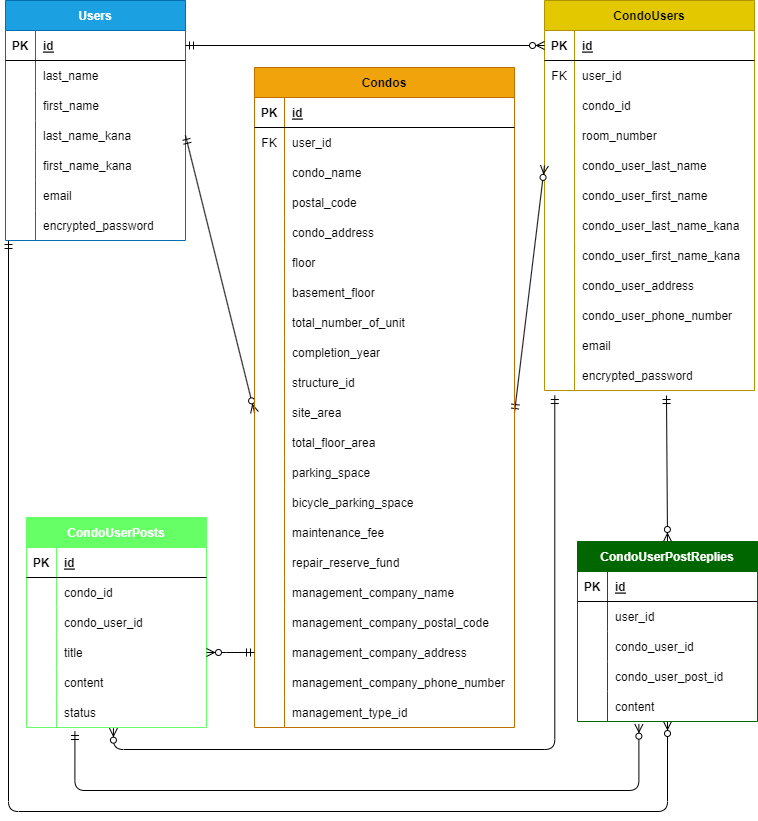
The draw.io diagram ER.drawio.png in sumachanabc/Rem, before a commit. Source tidied: cells renumbered, new cells last; positions are measured from the earlier drawing's top-left corner, leaving out a move shared by most shapes.
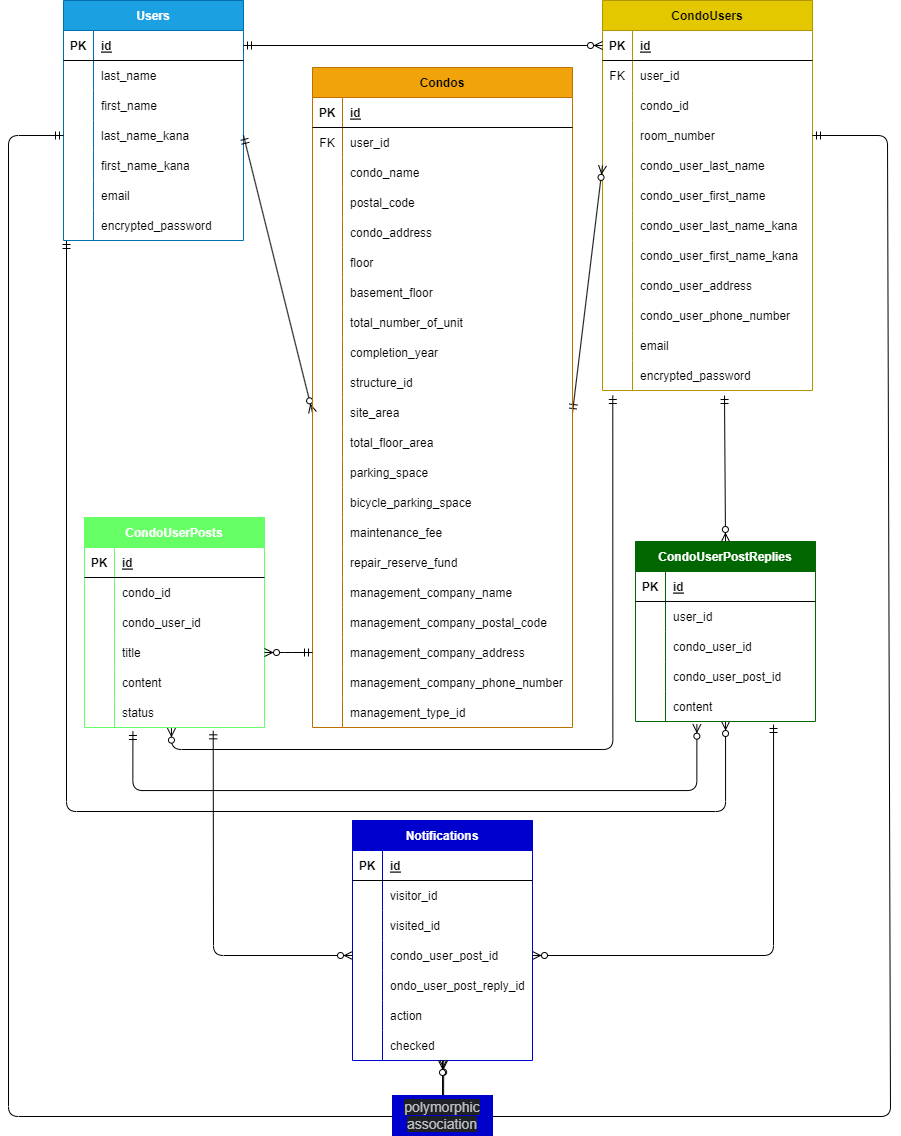
Above is the later version.

Change to the diagram source:
```diff
@@ -514,5 +514,106 @@
         </Array>
       </mxGeometry>
     </mxCell>
+    <mxCell id="168" value="Notifications" style="shape=table;startSize=30;rowLines=0;fontStyle=1;align=center;fillColor=#0000CC;fontColor=#ffffff;strokeColor=#0000CC;" parent="1" vertex="1">
+      <mxGeometry x="289" y="820" width="180" height="240" as="geometry" />
+    </mxCell>
+    <mxCell id="169" style="shape=tableRow;horizontal=0;startSize=0;swimlaneHead=0;swimlaneBody=0;fillColor=none;top=0;left=0;right=0;bottom=1;" parent="168" vertex="1">
+      <mxGeometry y="30" width="180" height="30" as="geometry" />
+    </mxCell>
+    <mxCell id="170" value="PK" style="shape=partialRectangle;fillColor=none;top=0;left=0;bottom=0;right=0;fontStyle=1;overflow=hidden;" parent="169" vertex="1">
+      <mxGeometry width="30" height="30" as="geometry" />
+    </mxCell>
+    <mxCell id="171" value="id" style="shape=partialRectangle;fillColor=none;top=0;left=0;bottom=0;right=0;align=left;spacingLeft=6;fontStyle=5;overflow=hidden;" parent="169" vertex="1">
+      <mxGeometry x="30" width="150" height="30" as="geometry" />
+    </mxCell>
+    <mxCell id="172" style="shape=tableRow;horizontal=0;startSize=0;swimlaneHead=0;swimlaneBody=0;fillColor=none;top=0;left=0;right=0;bottom=0;" parent="168" vertex="1">
+      <mxGeometry y="60" width="180" height="30" as="geometry" />
+    </mxCell>
+    <mxCell id="173" style="shape=partialRectangle;fillColor=none;top=0;left=0;bottom=0;right=0;overflow=hidden;" parent="172" vertex="1">
+      <mxGeometry width="30" height="30" as="geometry" />
+    </mxCell>
+    <mxCell id="174" value="visitor_id" style="shape=partialRectangle;fillColor=none;top=0;left=0;bottom=0;right=0;align=left;spacingLeft=6;overflow=hidden;" parent="172" vertex="1">
+      <mxGeometry x="30" width="150" height="30" as="geometry" />
+    </mxCell>
+    <mxCell id="175" style="shape=tableRow;horizontal=0;startSize=0;swimlaneHead=0;swimlaneBody=0;fillColor=none;top=0;left=0;right=0;bottom=0;" parent="168" vertex="1">
+      <mxGeometry y="90" width="180" height="30" as="geometry" />
+    </mxCell>
+    <mxCell id="176" style="shape=partialRectangle;fillColor=none;top=0;left=0;bottom=0;right=0;overflow=hidden;" parent="175" vertex="1">
+      <mxGeometry width="30" height="30" as="geometry" />
+    </mxCell>
+    <mxCell id="177" value="visited_id" style="shape=partialRectangle;fillColor=none;top=0;left=0;bottom=0;right=0;align=left;spacingLeft=6;overflow=hidden;" parent="175" vertex="1">
+      <mxGeometry x="30" width="150" height="30" as="geometry" />
+    </mxCell>
+    <mxCell id="178" style="shape=tableRow;horizontal=0;startSize=0;swimlaneHead=0;swimlaneBody=0;fillColor=none;points=[[0,0.5],[1,0.5]];portConstraint=eastwest;top=0;left=0;right=0;bottom=0;" parent="168" vertex="1">
+      <mxGeometry y="120" width="180" height="30" as="geometry" />
+    </mxCell>
+    <mxCell id="179" style="shape=partialRectangle;fillColor=none;top=0;left=0;bottom=0;right=0;overflow=hidden;" parent="178" vertex="1">
+      <mxGeometry width="30" height="30" as="geometry" />
+    </mxCell>
+    <mxCell id="180" value="condo_user_post_id" style="shape=partialRectangle;fillColor=none;top=0;left=0;bottom=0;right=0;align=left;spacingLeft=6;overflow=hidden;" parent="178" vertex="1">
+      <mxGeometry x="30" width="150" height="30" as="geometry" />
+    </mxCell>
+    <mxCell id="181" style="shape=tableRow;horizontal=0;startSize=0;swimlaneHead=0;swimlaneBody=0;fillColor=none;top=0;left=0;right=0;bottom=0;" parent="168" vertex="1">
+      <mxGeometry y="150" width="180" height="30" as="geometry" />
+    </mxCell>
+    <mxCell id="182" style="shape=partialRectangle;fillColor=none;top=0;left=0;bottom=0;right=0;overflow=hidden;" parent="181" vertex="1">
+      <mxGeometry width="30" height="30" as="geometry" />
+    </mxCell>
+    <mxCell id="183" value="ondo_user_post_reply_id" style="shape=partialRectangle;fillColor=none;top=0;left=0;bottom=0;right=0;align=left;spacingLeft=6;overflow=hidden;" parent="181" vertex="1">
+      <mxGeometry x="30" width="150" height="30" as="geometry" />
+    </mxCell>
+    <mxCell id="184" style="shape=tableRow;horizontal=0;startSize=0;swimlaneHead=0;swimlaneBody=0;fillColor=none;top=0;left=0;right=0;bottom=0;" parent="168" vertex="1">
+      <mxGeometry y="180" width="180" height="30" as="geometry" />
+    </mxCell>
+    <mxCell id="185" style="shape=partialRectangle;fillColor=none;top=0;left=0;bottom=0;right=0;overflow=hidden;" parent="184" vertex="1">
+      <mxGeometry width="30" height="30" as="geometry" />
+    </mxCell>
+    <mxCell id="186" value="action" style="shape=partialRectangle;fillColor=none;top=0;left=0;bottom=0;right=0;align=left;spacingLeft=6;overflow=hidden;" parent="184" vertex="1">
+      <mxGeometry x="30" width="150" height="30" as="geometry" />
+    </mxCell>
+    <mxCell id="187" style="shape=tableRow;horizontal=0;startSize=0;swimlaneHead=0;swimlaneBody=0;fillColor=none;points=[[0,0.5],[1,0.5]];portConstraint=eastwest;top=0;left=0;right=0;bottom=0;" parent="168" vertex="1">
+      <mxGeometry y="210" width="180" height="30" as="geometry" />
+    </mxCell>
+    <mxCell id="188" style="shape=partialRectangle;fillColor=none;top=0;left=0;bottom=0;right=0;overflow=hidden;" parent="187" vertex="1">
+      <mxGeometry width="30" height="30" as="geometry" />
+    </mxCell>
+    <mxCell id="189" value="checked" style="shape=partialRectangle;fillColor=none;top=0;left=0;bottom=0;right=0;align=left;spacingLeft=6;overflow=hidden;" parent="187" vertex="1">
+      <mxGeometry x="30" width="150" height="30" as="geometry" />
+    </mxCell>
+    <mxCell id="190" style="fontSize=12;html=1;endArrow=ERzeroToMany;startArrow=ERmandOne;elbow=vertical;exitX=0.715;exitY=1.111;exitDx=0;exitDy=0;entryX=0;entryY=0.5;entryDx=0;entryDy=0;exitPerimeter=0;" parent="1" edge="1" source="80" target="178">
+      <mxGeometry relative="1" as="geometry">
+        <Array as="points">
+          <mxPoint x="150" y="955" />
+        </Array>
+      </mxGeometry>
+    </mxCell>
+    <mxCell id="191" style="fontSize=12;html=1;endArrow=ERzeroToMany;startArrow=ERmandOne;elbow=vertical;exitX=0.767;exitY=1.1;exitDx=0;exitDy=0;entryX=1;entryY=0.5;entryDx=0;entryDy=0;exitPerimeter=0;" parent="1" edge="1" source="96" target="178">
+      <mxGeometry relative="1" as="geometry">
+        <Array as="points">
+          <mxPoint x="710" y="955" />
+        </Array>
+      </mxGeometry>
+    </mxCell>
+    <mxCell id="192" style="fontSize=12;html=1;endArrow=ERzeroToMany;startArrow=ERmandOne;elbow=vertical;entryX=0.507;entryY=0.989;entryDx=0;entryDy=0;entryPerimeter=0;exitX=0;exitY=0.5;exitDx=0;exitDy=0;" parent="1" edge="1" source="13" target="187">
+      <mxGeometry relative="1" as="geometry">
+        <Array as="points">
+          <mxPoint x="-55" y="135" />
+          <mxPoint x="-55" y="1116" />
+          <mxPoint x="380" y="1116" />
+        </Array>
+      </mxGeometry>
+    </mxCell>
+    <mxCell id="193" style="fontSize=12;html=1;endArrow=ERzeroToMany;startArrow=ERmandOne;elbow=vertical;exitX=1;exitY=0.5;exitDx=0;exitDy=0;" parent="1" edge="1" source="35" target="187">
+      <mxGeometry relative="1" as="geometry">
+        <Array as="points">
+          <mxPoint x="824" y="135" />
+          <mxPoint x="827" y="1116" />
+          <mxPoint x="379" y="1116" />
+        </Array>
+      </mxGeometry>
+    </mxCell>
+    <mxCell id="194" value="&lt;span style=&quot;color: rgb(189, 193, 198); font-family: arial, sans-serif; font-size: 14px; text-align: left; background-color: rgb(32, 33, 36);&quot;&gt;polymorphic association&lt;/span&gt;" style="whiteSpace=wrap;html=1;align=center;strokeColor=#0000CC;fillColor=#0000CC;" parent="1" vertex="1">
+      <mxGeometry x="329" y="1095" width="100" height="40" as="geometry" />
+    </mxCell>
   </root>
 </mxGraphModel>
```
